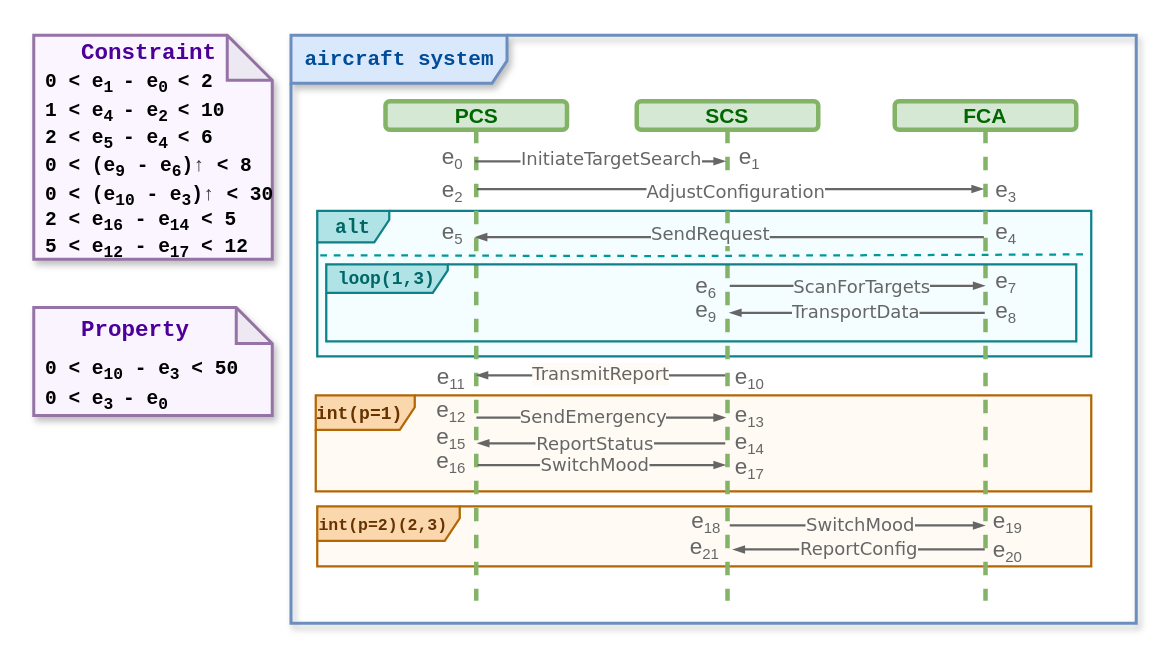
Before: example.drawio in ShiYufei0708/draw, a draw.io diagram. Source tidied: cells renumbered, new cells numbered last; positions are measured from the earlier drawing's top-left corner, leaving out a move shared by most shapes. Both pictures are drawn from the tidied source at 150%, with x=0, y=0 at pixel (33, 30).
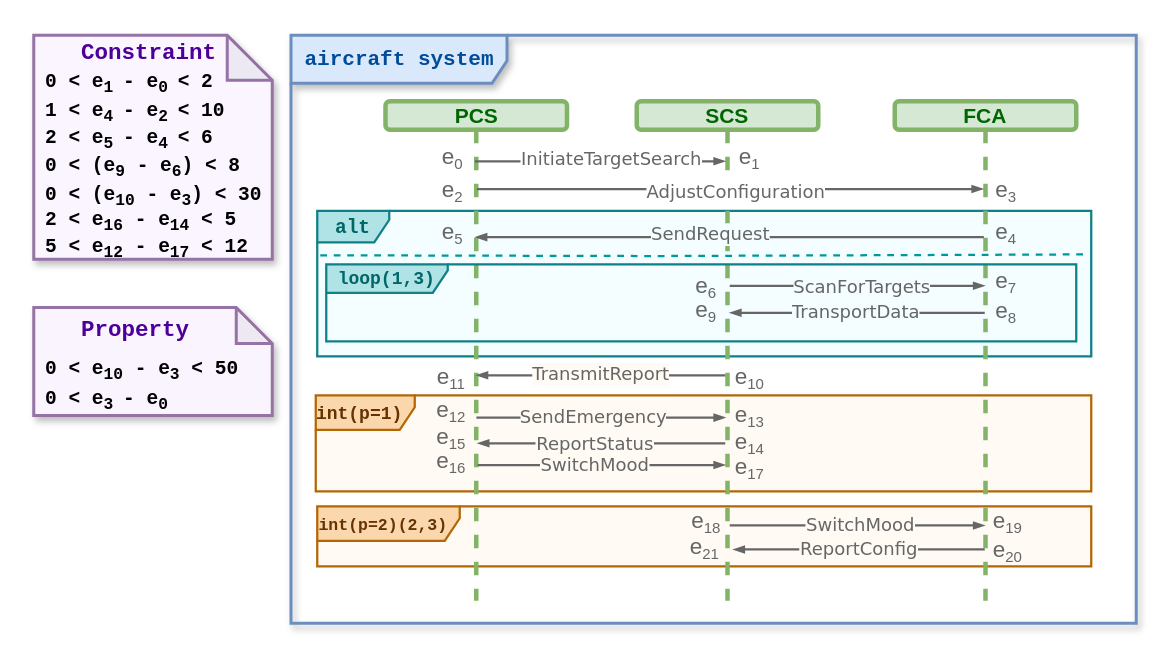
The same page after the edit.

Commit message:
remove task constraints

Unchanged cells that the change refers to:
```xml
<mxCell id="58" style="group;strokeWidth=3;dashed=1;shadow=1;rounded=0;" parent="1" vertex="1">
  <mxGeometry y="3" width="159" height="172" as="geometry" />
</mxCell>
```

What changed in the source:
```diff
@@
-    <mxCell id="61" value="&lt;div style=&quot;line-height: 130%;&quot;&gt;&lt;font style=&quot;font-size: 13px;&quot; face=&quot;Courier New&quot;&gt;&lt;b&gt;&lt;span style=&quot;background-color: transparent; color: light-dark(rgb(0, 0, 0), rgb(255, 255, 255));&quot;&gt;0 &amp;lt; e&lt;/span&gt;&lt;sub style=&quot;background-color: transparent; color: light-dark(rgb(0, 0, 0), rgb(255, 255, 255)); line-height: 130%;&quot;&gt;1&amp;nbsp;&lt;/sub&gt;&lt;span style=&quot;background-color: transparent; color: light-dark(rgb(0, 0, 0), rgb(255, 255, 255));&quot;&gt;- e&lt;/span&gt;&lt;sub style=&quot;background-color: transparent; color: light-dark(rgb(0, 0, 0), rgb(255, 255, 255)); line-height: 130%;&quot;&gt;0&amp;nbsp;&lt;/sub&gt;&lt;span style=&quot;background-color: transparent; color: light-dark(rgb(0, 0, 0), rgb(255, 255, 255));&quot;&gt;&amp;lt; 2&lt;/span&gt;&lt;/b&gt;&lt;/font&gt;&lt;/div&gt;&lt;font face=&quot;Courier New&quot; style=&quot;line-height: 130%; font-size: 13px;&quot;&gt;&lt;b&gt;&lt;div style=&quot;&quot;&gt;&lt;span style=&quot;background-color: transparent; color: light-dark(rgb(0, 0, 0), rgb(255, 255, 255));&quot;&gt;1 &amp;lt; e&lt;/span&gt;&lt;sub style=&quot;background-color: transparent; color: light-dark(rgb(0, 0, 0), rgb(255, 255, 255)); line-height: 130%;&quot;&gt;4&amp;nbsp;&lt;/sub&gt;&lt;span style=&quot;background-color: transparent; color: light-dark(rgb(0, 0, 0), rgb(255, 255, 255));&quot;&gt;- e&lt;/span&gt;&lt;sub style=&quot;background-color: transparent; color: light-dark(rgb(0, 0, 0), rgb(255, 255, 255)); line-height: 130%;&quot;&gt;2&amp;nbsp;&lt;/sub&gt;&lt;span style=&quot;background-color: transparent; color: light-dark(rgb(0, 0, 0), rgb(255, 255, 255));&quot;&gt;&amp;lt; 10&lt;/span&gt;&lt;/div&gt;&lt;div style=&quot;&quot;&gt;&lt;span style=&quot;background-color: transparent; color: light-dark(rgb(0, 0, 0), rgb(255, 255, 255));&quot;&gt;2 &amp;lt; e&lt;/span&gt;&lt;sub style=&quot;background-color: transparent; color: light-dark(rgb(0, 0, 0), rgb(255, 255, 255)); line-height: 130%;&quot;&gt;5&amp;nbsp;&lt;/sub&gt;&lt;span style=&quot;background-color: transparent; color: light-dark(rgb(0, 0, 0), rgb(255, 255, 255));&quot;&gt;- e&lt;/span&gt;&lt;span style=&quot;background-color: transparent; color: light-dark(rgb(0, 0, 0), rgb(255, 255, 255));&quot;&gt;&lt;sub style=&quot;line-height: 130%;&quot;&gt;4&amp;nbsp;&lt;/sub&gt;&lt;/span&gt;&lt;span style=&quot;background-color: transparent; color: light-dark(rgb(0, 0, 0), rgb(255, 255, 255));&quot;&gt;&amp;lt; 6&lt;/span&gt;&lt;/div&gt;&lt;div style=&quot;&quot;&gt;&lt;span style=&quot;background-color: transparent; color: light-dark(rgb(0, 0, 0), rgb(255, 255, 255));&quot;&gt;0 &amp;lt; (e&lt;/span&gt;&lt;sub style=&quot;background-color: transparent; color: light-dark(rgb(0, 0, 0), rgb(255, 255, 255)); line-height: 130%;&quot;&gt;9&lt;/sub&gt;&lt;span style=&quot;background-color: transparent; color: light-dark(rgb(0, 0, 0), rgb(255, 255, 255));&quot;&gt;&amp;nbsp;&lt;/span&gt;&lt;span style=&quot;background-color: transparent; color: light-dark(rgb(0, 0, 0), rgb(255, 255, 255));&quot;&gt;- e&lt;/span&gt;&lt;sub style=&quot;background-color: transparent; color: light-dark(rgb(0, 0, 0), rgb(255, 255, 255)); line-height: 130%;&quot;&gt;6&lt;/sub&gt;&lt;span style=&quot;background-color: transparent; color: light-dark(rgb(0, 0, 0), rgb(255, 255, 255));&quot;&gt;)&lt;/span&gt;&lt;span style=&quot;background-color: transparent; text-wrap-mode: wrap; color: rgb(51, 51, 51);&quot;&gt;↑&lt;/span&gt;&lt;span style=&quot;background-color: transparent; color: light-dark(rgb(0, 0, 0), rgb(255, 255, 255));&quot;&gt;&amp;nbsp;&amp;lt; 8&lt;/span&gt;&lt;/div&gt;&lt;/b&gt;&lt;/font&gt;&lt;div style=&quot;line-height: 130%;&quot;&gt;&lt;div style=&quot;&quot;&gt;&lt;font style=&quot;font-size: 13px;&quot;&gt;&lt;b&gt;&lt;font style=&quot;&quot; face=&quot;Courier New&quot;&gt;&lt;span style=&quot;background-color: transparent; color: light-dark(rgb(0, 0, 0), rgb(255, 255, 255));&quot;&gt;0 &amp;lt; (e&lt;/span&gt;&lt;sub style=&quot;background-color: transparent; color: light-dark(rgb(0, 0, 0), rgb(255, 255, 255)); line-height: 130%;&quot;&gt;10&lt;/sub&gt;&lt;span style=&quot;background-color: transparent; color: light-dark(rgb(0, 0, 0), rgb(255, 255, 255));&quot;&gt;&amp;nbsp;&lt;/span&gt;&lt;span style=&quot;background-color: transparent; color: light-dark(rgb(0, 0, 0), rgb(255, 255, 255));&quot;&gt;- e&lt;/span&gt;&lt;span style=&quot;background-color: transparent; color: light-dark(rgb(0, 0, 0), rgb(255, 255, 255));&quot;&gt;&lt;sub style=&quot;line-height: 130%;&quot;&gt;3&lt;/sub&gt;&lt;/span&gt;&lt;span style=&quot;background-color: transparent; color: light-dark(rgb(0, 0, 0), rgb(255, 255, 255));&quot;&gt;)&lt;/span&gt;&lt;/font&gt;&lt;span style=&quot;background-color: transparent; text-wrap-mode: wrap; color: rgb(51, 51, 51); font-family: &amp;quot;Courier New&amp;quot;;&quot;&gt;↑&lt;/span&gt;&lt;span style=&quot;background-color: transparent; color: light-dark(rgb(0, 0, 0), rgb(255, 255, 255)); font-family: &amp;quot;Courier New&amp;quot;;&quot;&gt;&amp;nbsp;&amp;lt; 30&lt;/span&gt;&lt;/b&gt;&lt;/font&gt;&lt;/div&gt;&lt;div&gt;&lt;div style=&quot;&quot;&gt;&lt;font style=&quot;font-size: 13px;&quot; face=&quot;Courier New&quot;&gt;&lt;b&gt;&lt;span style=&quot;background-color: transparent; color: light-dark(rgb(0, 0, 0), rgb(255, 255, 255));&quot;&gt;2 &amp;lt; e&lt;/span&gt;&lt;sub style=&quot;background-color: transparent; color: light-dark(rgb(0, 0, 0), rgb(255, 255, 255)); line-height: 130%;&quot;&gt;16&lt;/sub&gt;&lt;span style=&quot;background-color: transparent; color: light-dark(rgb(0, 0, 0), rgb(255, 255, 255));&quot;&gt;&amp;nbsp;&lt;/span&gt;&lt;span style=&quot;background-color: transparent; color: light-dark(rgb(0, 0, 0), rgb(255, 255, 255));&quot;&gt;- e&lt;/span&gt;&lt;span style=&quot;background-color: transparent; color: light-dark(rgb(0, 0, 0), rgb(255, 255, 255));&quot;&gt;&lt;sub style=&quot;line-height: 130%;&quot;&gt;14&lt;/sub&gt;&lt;/span&gt;&lt;span style=&quot;background-color: transparent; color: light-dark(rgb(0, 0, 0), rgb(255, 255, 255));&quot;&gt;&amp;nbsp;&amp;lt; 5&lt;/span&gt;&lt;/b&gt;&lt;/font&gt;&lt;/div&gt;&lt;div style=&quot;&quot;&gt;&lt;font style=&quot;font-size: 13px;&quot; face=&quot;Courier New&quot;&gt;&lt;b&gt;5 &amp;lt; e&lt;sub style=&quot;line-height: 130%;&quot;&gt;12&lt;/sub&gt;&amp;nbsp;- e&lt;sub style=&quot;line-height: 130%;&quot;&gt;17&lt;/sub&gt;&amp;nbsp;&amp;lt; 12&lt;/b&gt;&lt;/font&gt;&lt;br&gt;&lt;/div&gt;&lt;/div&gt;&lt;/div&gt;" style="text;align=left;verticalAlign=top;rounded=0;horizontal=1;fontSize=10;html=1;strokeColor=none;shadow=1;" parent="58" vertex="1">
+    <mxCell id="61" value="&lt;div style=&quot;line-height: 130%;&quot;&gt;&lt;font style=&quot;font-size: 13px;&quot; face=&quot;Courier New&quot;&gt;&lt;b&gt;&lt;span style=&quot;background-color: transparent; color: light-dark(rgb(0, 0, 0), rgb(255, 255, 255));&quot;&gt;0 &amp;lt; e&lt;/span&gt;&lt;sub style=&quot;background-color: transparent; color: light-dark(rgb(0, 0, 0), rgb(255, 255, 255)); line-height: 130%;&quot;&gt;1&amp;nbsp;&lt;/sub&gt;&lt;span style=&quot;background-color: transparent; color: light-dark(rgb(0, 0, 0), rgb(255, 255, 255));&quot;&gt;- e&lt;/span&gt;&lt;sub style=&quot;background-color: transparent; color: light-dark(rgb(0, 0, 0), rgb(255, 255, 255)); line-height: 130%;&quot;&gt;0&amp;nbsp;&lt;/sub&gt;&lt;span style=&quot;background-color: transparent; color: light-dark(rgb(0, 0, 0), rgb(255, 255, 255));&quot;&gt;&amp;lt; 2&lt;/span&gt;&lt;/b&gt;&lt;/font&gt;&lt;/div&gt;&lt;font face=&quot;Courier New&quot; style=&quot;line-height: 130%; font-size: 13px;&quot;&gt;&lt;b&gt;&lt;div style=&quot;&quot;&gt;&lt;span style=&quot;background-color: transparent; color: light-dark(rgb(0, 0, 0), rgb(255, 255, 255));&quot;&gt;1 &amp;lt; e&lt;/span&gt;&lt;sub style=&quot;background-color: transparent; color: light-dark(rgb(0, 0, 0), rgb(255, 255, 255)); line-height: 130%;&quot;&gt;4&amp;nbsp;&lt;/sub&gt;&lt;span style=&quot;background-color: transparent; color: light-dark(rgb(0, 0, 0), rgb(255, 255, 255));&quot;&gt;- e&lt;/span&gt;&lt;sub style=&quot;background-color: transparent; color: light-dark(rgb(0, 0, 0), rgb(255, 255, 255)); line-height: 130%;&quot;&gt;2&amp;nbsp;&lt;/sub&gt;&lt;span style=&quot;background-color: transparent; color: light-dark(rgb(0, 0, 0), rgb(255, 255, 255));&quot;&gt;&amp;lt; 10&lt;/span&gt;&lt;/div&gt;&lt;div style=&quot;&quot;&gt;&lt;span style=&quot;background-color: transparent; color: light-dark(rgb(0, 0, 0), rgb(255, 255, 255));&quot;&gt;2 &amp;lt; e&lt;/span&gt;&lt;sub style=&quot;background-color: transparent; color: light-dark(rgb(0, 0, 0), rgb(255, 255, 255)); line-height: 130%;&quot;&gt;5&amp;nbsp;&lt;/sub&gt;&lt;span style=&quot;background-color: transparent; color: light-dark(rgb(0, 0, 0), rgb(255, 255, 255));&quot;&gt;- e&lt;/span&gt;&lt;span style=&quot;background-color: transparent; color: light-dark(rgb(0, 0, 0), rgb(255, 255, 255));&quot;&gt;&lt;sub style=&quot;line-height: 130%;&quot;&gt;4&amp;nbsp;&lt;/sub&gt;&lt;/span&gt;&lt;span style=&quot;background-color: transparent; color: light-dark(rgb(0, 0, 0), rgb(255, 255, 255));&quot;&gt;&amp;lt; 6&lt;/span&gt;&lt;/div&gt;&lt;div style=&quot;&quot;&gt;&lt;span style=&quot;background-color: transparent; color: light-dark(rgb(0, 0, 0), rgb(255, 255, 255));&quot;&gt;0 &amp;lt; (e&lt;/span&gt;&lt;sub style=&quot;background-color: transparent; color: light-dark(rgb(0, 0, 0), rgb(255, 255, 255)); line-height: 130%;&quot;&gt;9&lt;/sub&gt;&lt;span style=&quot;background-color: transparent; color: light-dark(rgb(0, 0, 0), rgb(255, 255, 255));&quot;&gt;&amp;nbsp;&lt;/span&gt;&lt;span style=&quot;background-color: transparent; color: light-dark(rgb(0, 0, 0), rgb(255, 255, 255));&quot;&gt;- e&lt;/span&gt;&lt;sub style=&quot;background-color: transparent; color: light-dark(rgb(0, 0, 0), rgb(255, 255, 255)); line-height: 130%;&quot;&gt;6&lt;/sub&gt;&lt;span style=&quot;background-color: transparent; color: light-dark(rgb(0, 0, 0), rgb(255, 255, 255));&quot;&gt;)&lt;/span&gt;&lt;span style=&quot;background-color: transparent; color: light-dark(rgb(0, 0, 0), rgb(255, 255, 255));&quot;&gt;&amp;nbsp;&amp;lt; 8&lt;/span&gt;&lt;/div&gt;&lt;/b&gt;&lt;/font&gt;&lt;div style=&quot;line-height: 130%;&quot;&gt;&lt;div style=&quot;&quot;&gt;&lt;font style=&quot;font-size: 13px;&quot;&gt;&lt;b&gt;&lt;font style=&quot;&quot; face=&quot;Courier New&quot;&gt;&lt;span style=&quot;background-color: transparent; color: light-dark(rgb(0, 0, 0), rgb(255, 255, 255));&quot;&gt;0 &amp;lt; (e&lt;/span&gt;&lt;sub style=&quot;background-color: transparent; color: light-dark(rgb(0, 0, 0), rgb(255, 255, 255)); line-height: 130%;&quot;&gt;10&lt;/sub&gt;&lt;span style=&quot;background-color: transparent; color: light-dark(rgb(0, 0, 0), rgb(255, 255, 255));&quot;&gt;&amp;nbsp;&lt;/span&gt;&lt;span style=&quot;background-color: transparent; color: light-dark(rgb(0, 0, 0), rgb(255, 255, 255));&quot;&gt;- e&lt;/span&gt;&lt;span style=&quot;background-color: transparent; color: light-dark(rgb(0, 0, 0), rgb(255, 255, 255));&quot;&gt;&lt;sub style=&quot;line-height: 130%;&quot;&gt;3&lt;/sub&gt;&lt;/span&gt;&lt;span style=&quot;background-color: transparent; color: light-dark(rgb(0, 0, 0), rgb(255, 255, 255));&quot;&gt;)&lt;/span&gt;&lt;/font&gt;&lt;span style=&quot;background-color: transparent; color: light-dark(rgb(0, 0, 0), rgb(255, 255, 255)); font-family: &amp;quot;Courier New&amp;quot;;&quot;&gt;&amp;nbsp;&amp;lt; 30&lt;/span&gt;&lt;/b&gt;&lt;/font&gt;&lt;/div&gt;&lt;div&gt;&lt;div style=&quot;&quot;&gt;&lt;font style=&quot;font-size: 13px;&quot; face=&quot;Courier New&quot;&gt;&lt;b&gt;&lt;span style=&quot;background-color: transparent; color: light-dark(rgb(0, 0, 0), rgb(255, 255, 255));&quot;&gt;2 &amp;lt; e&lt;/span&gt;&lt;sub style=&quot;background-color: transparent; color: light-dark(rgb(0, 0, 0), rgb(255, 255, 255)); line-height: 130%;&quot;&gt;16&lt;/sub&gt;&lt;span style=&quot;background-color: transparent; color: light-dark(rgb(0, 0, 0), rgb(255, 255, 255));&quot;&gt;&amp;nbsp;&lt;/span&gt;&lt;span style=&quot;background-color: transparent; color: light-dark(rgb(0, 0, 0), rgb(255, 255, 255));&quot;&gt;- e&lt;/span&gt;&lt;span style=&quot;background-color: transparent; color: light-dark(rgb(0, 0, 0), rgb(255, 255, 255));&quot;&gt;&lt;sub style=&quot;line-height: 130%;&quot;&gt;14&lt;/sub&gt;&lt;/span&gt;&lt;span style=&quot;background-color: transparent; color: light-dark(rgb(0, 0, 0), rgb(255, 255, 255));&quot;&gt;&amp;nbsp;&amp;lt; 5&lt;/span&gt;&lt;/b&gt;&lt;/font&gt;&lt;/div&gt;&lt;div style=&quot;&quot;&gt;&lt;font style=&quot;font-size: 13px;&quot; face=&quot;Courier New&quot;&gt;&lt;b&gt;5 &amp;lt; e&lt;sub style=&quot;line-height: 130%;&quot;&gt;12&lt;/sub&gt;&amp;nbsp;- e&lt;sub style=&quot;line-height: 130%;&quot;&gt;17&lt;/sub&gt;&amp;nbsp;&amp;lt; 12&lt;/b&gt;&lt;/font&gt;&lt;br&gt;&lt;/div&gt;&lt;/div&gt;&lt;/div&gt;" style="text;align=left;verticalAlign=top;rounded=0;horizontal=1;fontSize=10;html=1;strokeColor=none;shadow=1;" parent="58" vertex="1">
       <mxGeometry x="6" y="18.4" width="94.6" height="119.7" as="geometry" />
     </mxCell>
```
